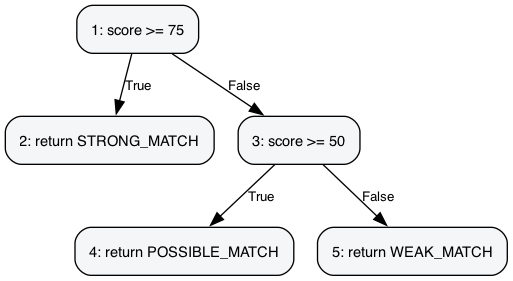
This is report-assets/cfg/classifyScore.png from Meili1407/Software-Testing-LostFound, a Graphviz export, as it was before one commit. Its source is kept beside it as report-assets/cfg/classifyScore.dot. Source of this version:
```dot
digraph classifyScore {
  rankdir=TB;
  node [shape=box, style="rounded,filled", fillcolor="#f5f6f8", fontname="Helvetica", fontsize=11, margin="0.15,0.1"];
  edge [fontname="Helvetica", fontsize=10];

  N1 [label="1: score >= 75"];
  N2 [label="2: return STRONG_MATCH"];
  N3 [label="3: score >= 50"];
  N4 [label="4: return POSSIBLE_MATCH"];
  N5 [label="5: return WEAK_MATCH"];

  N1 -> N2 [label="True"];
  N1 -> N3 [label="False"];
  N3 -> N4 [label="True"];
  N3 -> N5 [label="False"];
}
```
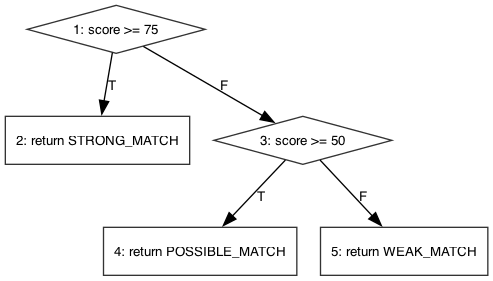
After the commit.

Change to the diagram source:
```diff
@@ -1,16 +1,16 @@
 digraph classifyScore {
   rankdir=TB;
-  node [shape=box, style="rounded,filled", fillcolor="#f5f6f8", fontname="Helvetica", fontsize=11, margin="0.15,0.1"];
+  node [shape=box, fontname="Helvetica", fontsize=10, color="#333333"];
   edge [fontname="Helvetica", fontsize=10];
 
-  N1 [label="1: score >= 75"];
+  N1 [shape=diamond, label="1: score >= 75"];
   N2 [label="2: return STRONG_MATCH"];
-  N3 [label="3: score >= 50"];
+  N3 [shape=diamond, label="3: score >= 50"];
   N4 [label="4: return POSSIBLE_MATCH"];
   N5 [label="5: return WEAK_MATCH"];
 
-  N1 -> N2 [label="True"];
-  N1 -> N3 [label="False"];
-  N3 -> N4 [label="True"];
-  N3 -> N5 [label="False"];
+  N1 -> N2 [label="T"];
+  N1 -> N3 [label="F"];
+  N3 -> N4 [label="T"];
+  N3 -> N5 [label="F"];
 }
```
